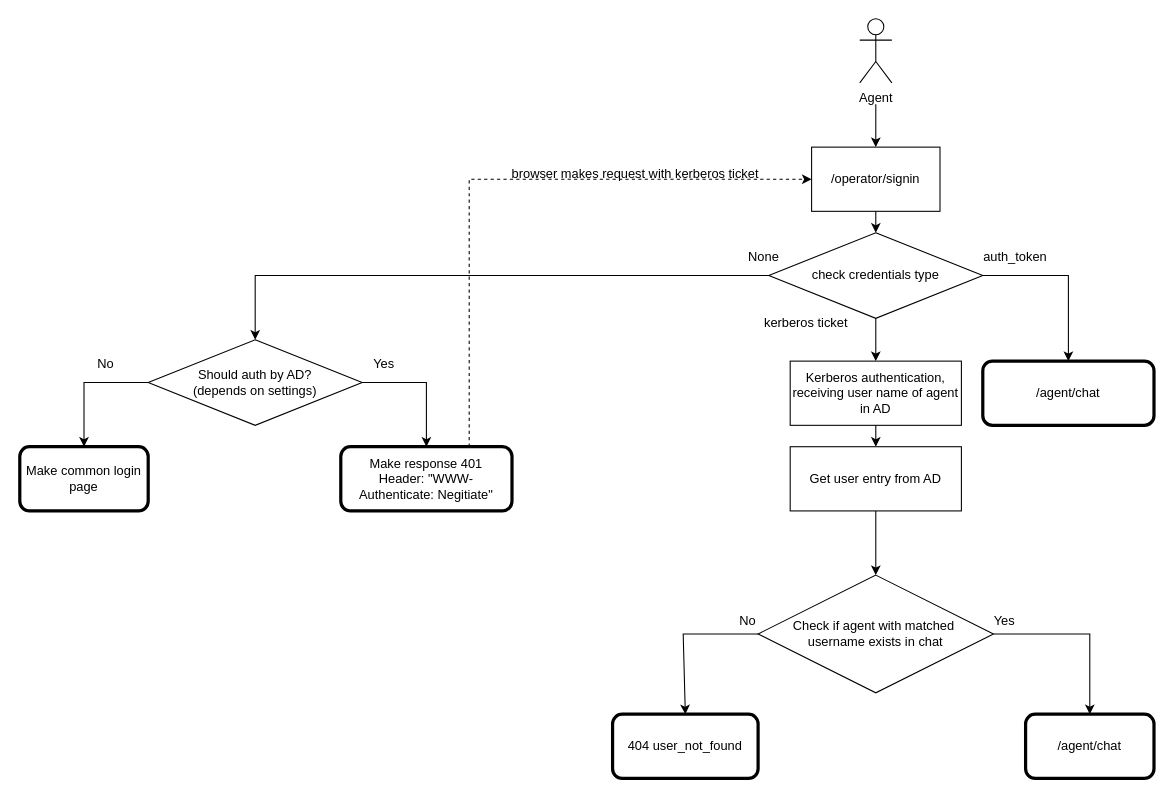
Above: Integration_without_security_groups.drawio in vasiliypozhinskiy/AD_integrations (draw.io), before the change. Source tidied: cells renumbered, new cells numbered last; positions are measured from the earlier drawing's top-left corner, leaving out a move shared by most shapes. Both pictures are drawn from the tidied source at 107%, with x=0, y=0 at pixel (19, 18).
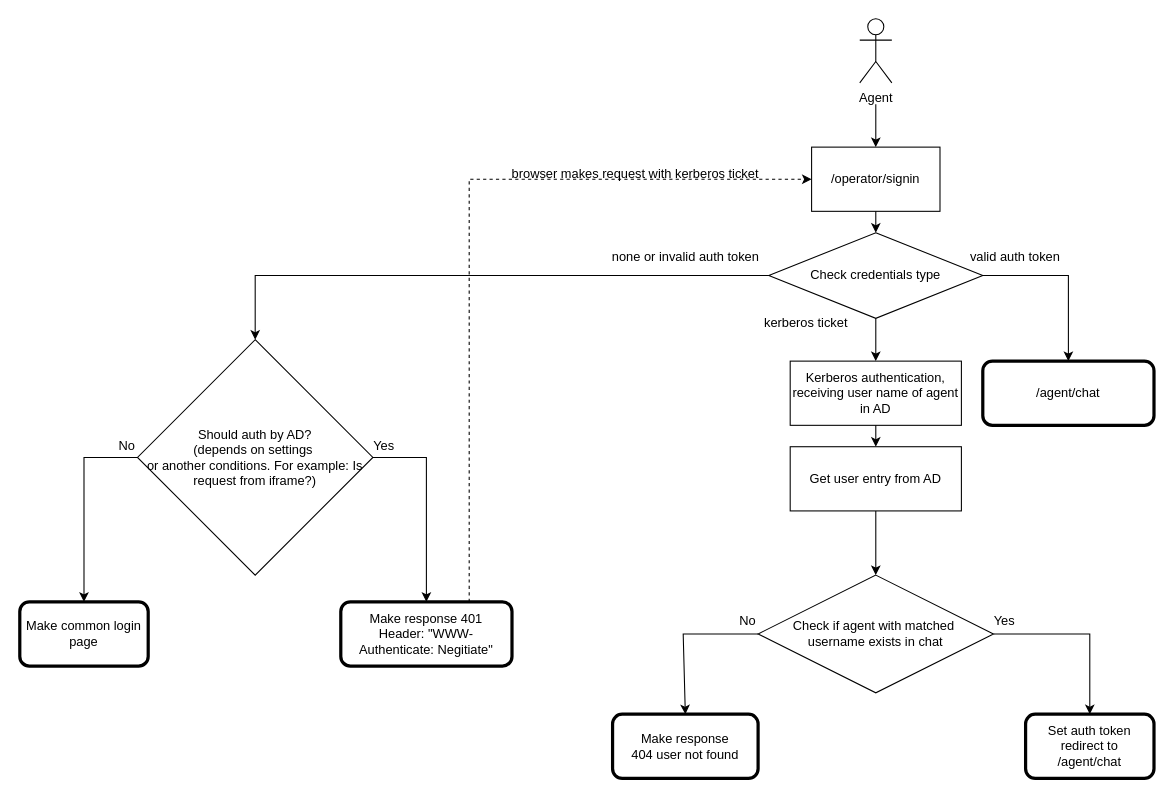
The same diagram, later.

What changed in the source:
```diff
@@
-    <mxCell id="6" value="check credentials type" style="rhombus;whiteSpace=wrap;html=1;" parent="1" vertex="1">
+    <mxCell id="6" value="Check credentials type" style="rhombus;whiteSpace=wrap;html=1;" parent="1" vertex="1">
       <mxGeometry x="700" y="200" width="200" height="80" as="geometry" />
     </mxCell>
@@
-    <mxCell id="8" value="auth_token" style="text;html=1;align=center;verticalAlign=middle;strokeColor=none;fillColor=none;" parent="1" vertex="1">
-      <mxGeometry x="890" y="208" width="80" height="30" as="geometry" />
+    <mxCell id="8" value="valid auth token" style="text;html=1;align=center;verticalAlign=middle;strokeColor=none;fillColor=none;" parent="1" vertex="1">
+      <mxGeometry x="875" y="208" width="110" height="30" as="geometry" />
     </mxCell>
@@
-    <mxCell id="13" style="endArrow=classic;html=1;rounded=0;exitX=0;exitY=0.5;exitDx=0;exitDy=0;" parent="1" edge="1" source="6" target="15">
+    <mxCell id="13" style="endArrow=classic;html=1;rounded=0;exitX=0;exitY=0.5;exitDx=0;exitDy=0;entryX=0.5;entryY=0;entryDx=0;entryDy=0;" parent="1" edge="1" source="6" target="34">
       <mxGeometry relative="1" as="geometry">
         <Array as="points">
           <mxPoint x="220" y="240" />
         </Array>
       </mxGeometry>
     </mxCell>
-    <mxCell id="14" value="None" style="text;html=1;align=center;verticalAlign=middle;strokeColor=none;fillColor=none;" parent="1" vertex="1">
-      <mxGeometry x="670" y="208" width="50" height="30" as="geometry" />
+    <mxCell id="14" value="none or invalid auth token" style="text;html=1;align=center;verticalAlign=middle;strokeColor=none;fillColor=none;" parent="1" vertex="1">
+      <mxGeometry x="542" y="208" width="160" height="30" as="geometry" />
     </mxCell>
-    <mxCell id="15" value="&lt;div&gt;Should auth by AD?&lt;/div&gt;&lt;div&gt;(depends on settings)&lt;/div&gt;" style="rhombus;whiteSpace=wrap;html=1;" parent="1" vertex="1">
-      <mxGeometry x="120" y="300" width="200" height="80" as="geometry" />
-    </mxCell>
-    <mxCell id="16" style="endArrow=classic;html=1;rounded=0;exitX=1;exitY=0.5;exitDx=0;exitDy=0;" parent="1" edge="1" source="15">
-      <mxGeometry relative="1" as="geometry">
-        <mxPoint x="380" y="400" as="targetPoint" />
-        <Array as="points">
-          <mxPoint x="380" y="340" />
-        </Array>
-      </mxGeometry>
-    </mxCell>
-    <mxCell id="17" style="endArrow=classic;html=1;rounded=0;" parent="1" edge="1" source="15">
-      <mxGeometry relative="1" as="geometry">
-        <mxPoint x="60" y="400" as="targetPoint" />
-        <Array as="points">
-          <mxPoint x="60" y="340" />
-        </Array>
-      </mxGeometry>
-    </mxCell>
-    <mxCell id="18" value="No" style="text;html=1;align=center;verticalAlign=middle;strokeColor=none;fillColor=none;" parent="1" vertex="1">
-      <mxGeometry x="60" y="308" width="40" height="30" as="geometry" />
-    </mxCell>
-    <mxCell id="19" value="Make common login page" style="rounded=1;whiteSpace=wrap;html=1;strokeWidth=3;" parent="1" vertex="1">
-      <mxGeometry y="400" width="120" height="60" as="geometry" />
-    </mxCell>
-    <mxCell id="20" value="&lt;div&gt;Make response 401&lt;/div&gt;&lt;div&gt;Header: &quot;WWW-Authenticate: Negitiate&quot;&lt;br&gt;&lt;/div&gt;" style="rounded=1;whiteSpace=wrap;html=1;glass=0;strokeWidth=3;" parent="1" vertex="1">
-      <mxGeometry x="300" y="400" width="160" height="60" as="geometry" />
-    </mxCell>
-    <mxCell id="21" value="Yes" style="text;html=1;align=center;verticalAlign=middle;strokeColor=none;fillColor=none;" parent="1" vertex="1">
-      <mxGeometry x="320" y="308" width="40" height="30" as="geometry" />
-    </mxCell>
@@
-    <mxCell id="29" value="404 user_not_found" style="rounded=1;whiteSpace=wrap;html=1;strokeWidth=3;" parent="1" vertex="1">
+    <mxCell id="29" value="&lt;div&gt;Make response&lt;/div&gt;&lt;div&gt;404 user not found&lt;/div&gt;" style="rounded=1;whiteSpace=wrap;html=1;strokeWidth=3;" parent="1" vertex="1">
       <mxGeometry x="554" y="650" width="136" height="60" as="geometry" />
     </mxCell>
@@
-    <mxCell id="33" value="/agent/chat" style="rounded=1;whiteSpace=wrap;html=1;strokeWidth=3;" parent="1" vertex="1">
+    <mxCell id="33" value="Set auth token redirect to&lt;br&gt;&lt;div&gt;/agent/chat&lt;/div&gt;" style="rounded=1;whiteSpace=wrap;html=1;strokeWidth=3;" parent="1" vertex="1">
       <mxGeometry x="940" y="650" width="120" height="60" as="geometry" />
     </mxCell>
+    <mxCell id="34" value="&lt;div&gt;Should auth by AD?&lt;/div&gt;&lt;div&gt;(depends on settings&amp;nbsp;&lt;/div&gt;&lt;div&gt;or another conditions. For example: Is request from iframe?)&lt;/div&gt;" style="rhombus;whiteSpace=wrap;html=1;" parent="1" vertex="1">
+      <mxGeometry x="110" y="300" width="220" height="220" as="geometry" />
+    </mxCell>
+    <mxCell id="35" style="endArrow=classic;html=1;rounded=0;exitX=1;exitY=0.5;exitDx=0;exitDy=0;entryX=0.5;entryY=0;entryDx=0;entryDy=0;" parent="1" edge="1" source="34" target="20">
+      <mxGeometry relative="1" as="geometry">
+        <Array as="points">
+          <mxPoint x="380" y="410" />
+        </Array>
+      </mxGeometry>
+    </mxCell>
+    <mxCell id="36" style="endArrow=classic;html=1;rounded=0;entryX=0.5;entryY=0;entryDx=0;entryDy=0;" parent="1" edge="1" source="34" target="19">
+      <mxGeometry relative="1" as="geometry">
+        <Array as="points">
+          <mxPoint x="60" y="410" />
+        </Array>
+      </mxGeometry>
+    </mxCell>
+    <mxCell id="18" value="No" style="text;html=1;align=center;verticalAlign=middle;strokeColor=none;fillColor=none;" parent="1" vertex="1">
+      <mxGeometry x="80" y="385" width="40" height="30" as="geometry" />
+    </mxCell>
+    <mxCell id="19" value="Make common login page" style="rounded=1;whiteSpace=wrap;html=1;strokeWidth=3;" parent="1" vertex="1">
+      <mxGeometry y="545" width="120" height="60" as="geometry" />
+    </mxCell>
+    <mxCell id="20" value="&lt;div&gt;Make response 401&lt;/div&gt;&lt;div&gt;Header: &quot;WWW-Authenticate: Negitiate&quot;&lt;br&gt;&lt;/div&gt;" style="rounded=1;whiteSpace=wrap;html=1;glass=0;strokeWidth=3;" parent="1" vertex="1">
+      <mxGeometry x="300" y="545" width="160" height="60" as="geometry" />
+    </mxCell>
+    <mxCell id="21" value="Yes" style="text;html=1;align=center;verticalAlign=middle;strokeColor=none;fillColor=none;" parent="1" vertex="1">
+      <mxGeometry x="320" y="385" width="40" height="30" as="geometry" />
+    </mxCell>
```
